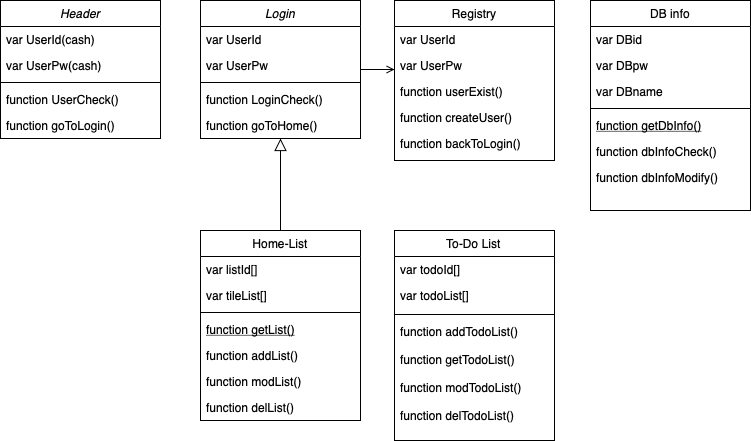
The draw.io diagram design/To-Do App Class Diagram.png in imaneya/clush-todo-backend, before a commit. Source tidied: cells renumbered, new cells last; positions are measured from the earlier drawing's top-left corner, leaving out a move shared by most shapes.
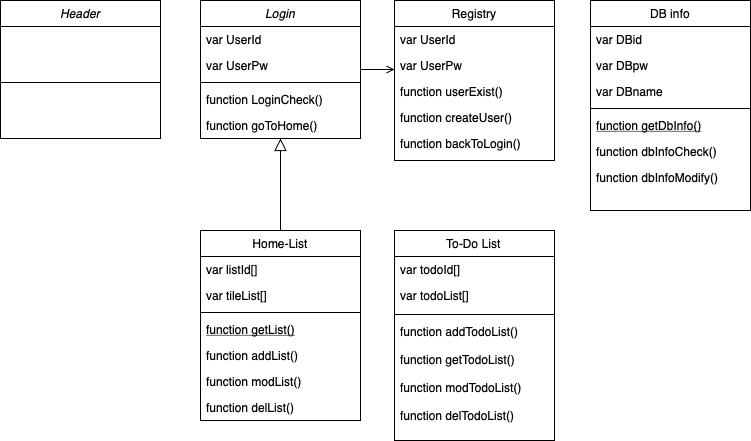
After the change.

Change to the diagram source:
```diff
@@ -121,19 +121,19 @@
     <mxCell id="40" value="Header" style="swimlane;fontStyle=2;align=center;verticalAlign=top;horizontal=1;startSize=26;rounded=0;shadow=0;strokeWidth=1;fontColor=#000000;" parent="1" vertex="1">
       <mxGeometry width="160" height="138" as="geometry" />
     </mxCell>
-    <mxCell id="41" value="var UserId(cash)" style="text;align=left;verticalAlign=top;spacingLeft=4;spacingRight=4;overflow=hidden;rounded=0;shadow=0;html=0;fontColor=#000000;" parent="40" vertex="1">
+    <mxCell id="41" value="var UserId(cash)" style="text;align=left;verticalAlign=top;spacingLeft=4;spacingRight=4;overflow=hidden;rounded=0;shadow=0;html=0;fontColor=#FFFFFF;" parent="40" vertex="1">
       <mxGeometry y="26" width="160" height="26" as="geometry" />
     </mxCell>
-    <mxCell id="42" value="var UserPw(cash)" style="text;align=left;verticalAlign=top;spacingLeft=4;spacingRight=4;overflow=hidden;rounded=0;shadow=0;html=0;fontColor=#000000;" parent="40" vertex="1">
+    <mxCell id="42" value="var UserPw(cash)" style="text;align=left;verticalAlign=top;spacingLeft=4;spacingRight=4;overflow=hidden;rounded=0;shadow=0;html=0;fontColor=#FFFFFF;" parent="40" vertex="1">
       <mxGeometry y="52" width="160" height="26" as="geometry" />
     </mxCell>
-    <mxCell id="43" style="line;html=1;strokeWidth=1;align=left;verticalAlign=middle;spacingTop=-1;spacingLeft=3;spacingRight=3;labelPosition=right;fontColor=#000000;" parent="40" vertex="1">
+    <mxCell id="43" style="line;html=1;strokeWidth=1;align=left;verticalAlign=middle;spacingTop=-1;spacingLeft=3;spacingRight=3;labelPosition=right;fontColor=#FFFFFF;" parent="40" vertex="1">
       <mxGeometry y="78" width="160" height="8" as="geometry" />
     </mxCell>
-    <mxCell id="44" value="function UserCheck()" style="text;align=left;verticalAlign=top;spacingLeft=4;spacingRight=4;overflow=hidden;fontColor=#000000;" parent="40" vertex="1">
+    <mxCell id="44" value="function UserCheck()" style="text;align=left;verticalAlign=top;spacingLeft=4;spacingRight=4;overflow=hidden;fontColor=#FFFFFF;" parent="40" vertex="1">
       <mxGeometry y="86" width="160" height="26" as="geometry" />
     </mxCell>
-    <mxCell id="45" value="function goToLogin()" style="text;align=left;verticalAlign=top;spacingLeft=4;spacingRight=4;overflow=hidden;fontColor=#000000;" parent="40" vertex="1">
+    <mxCell id="45" value="function goToLogin()" style="text;align=left;verticalAlign=top;spacingLeft=4;spacingRight=4;overflow=hidden;fontColor=#FFFFFF;" parent="40" vertex="1">
       <mxGeometry y="112" width="160" height="26" as="geometry" />
     </mxCell>
   </root>
```
